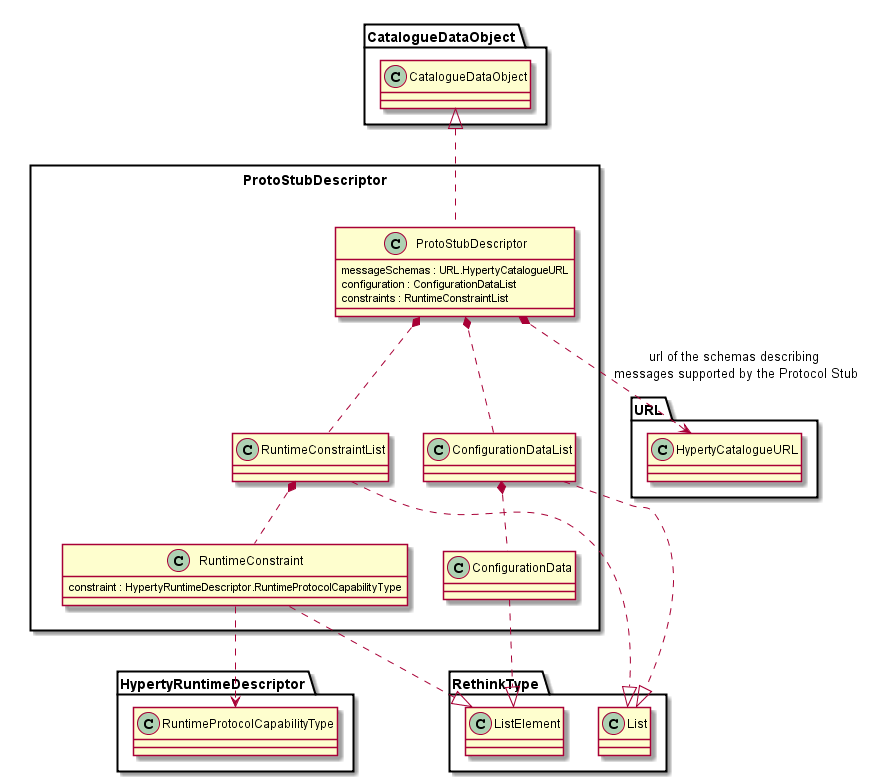
Before: docs/datamodel/Protostub-Descriptor-Data-Object-Model.png, a diagram exported from PlantUML (reTHINK-project/dev-service-framework).
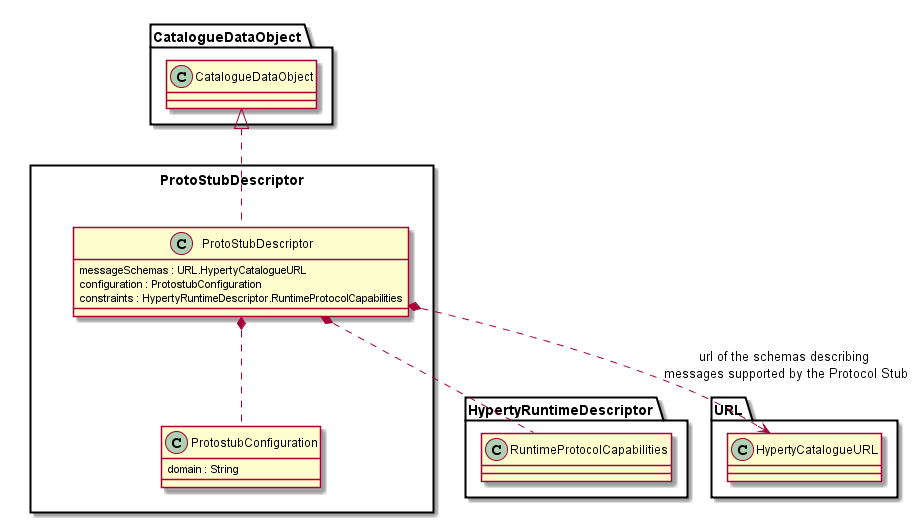
The same file after the commit.

Change to the diagram source:
```diff
@@ -4,40 +4,22 @@
 
 	class ProtoStubDescriptor {
 		messageSchemas : URL.HypertyCatalogueURL
-		configuration : ConfigurationDataList
-		constraints : RuntimeConstraintList
+		configuration : ProtostubConfiguration
+		constraints : HypertyRuntimeDescriptor.RuntimeProtocolCapabilities
 	}
 
-	class ConfigurationDataList {
-	}
-
-	class ConfigurationData {
-	}
-
-	class RuntimeConstraintList {
-	}
-
-	class RuntimeConstraint {
-	constraint : HypertyRuntimeDescriptor.RuntimeProtocolCapabilityType
+	class ProtostubConfiguration {
+	domain : String
 	}
 
 	ProtoStubDescriptor .up.|> CatalogueDataObject.CatalogueDataObject
 
-	ProtoStubDescriptor *.. RuntimeConstraintList
-	ProtoStubDescriptor *.. ConfigurationDataList
+	ProtoStubDescriptor *.. HypertyRuntimeDescriptor.RuntimeProtocolCapabilities
+	ProtoStubDescriptor *.. ProtostubConfiguration
 
 	ProtoStubDescriptor *..> URL.HypertyCatalogueURL : url of the schemas describing \nmessages supported by the Protocol Stub
 
-	RuntimeConstraint ..> HypertyRuntimeDescriptor.RuntimeProtocolCapabilityType
 
-	RuntimeConstraintList *.. RuntimeConstraint
-	ConfigurationDataList *.. ConfigurationData
-
-	RuntimeConstraintList .down.|> RethinkType.List
-	ConfigurationDataList .down.|> RethinkType.List
-
-	RuntimeConstraint .down.|> RethinkType.ListElement
-	ConfigurationData .down.|> RethinkType.ListElement
 		}
 
 @enduml
```
